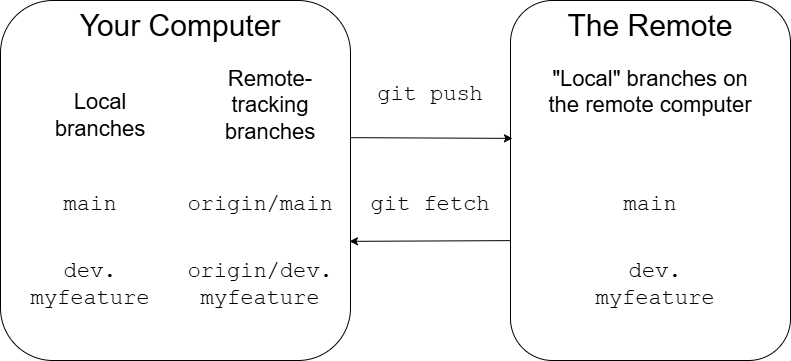
Before: assets/git-remote-vs-local.drawio.png, a diagram exported from draw.io (joanise/decks). Source tidied: cells renumbered, new cells last; positions are measured from the earlier drawing's top-left corner, leaving out a move shared by most shapes.
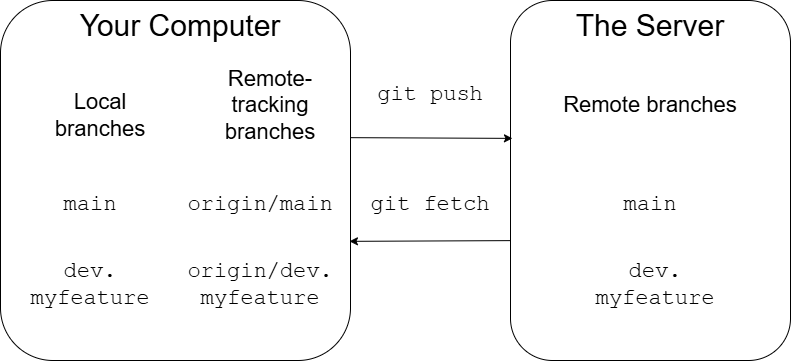
After the commit.

Diff of the diagram source:
```diff
@@ -11,13 +11,13 @@
     <mxCell id="4" value="&lt;span style=&quot;font-size: 30px;&quot;&gt;Your Computer&lt;/span&gt;" style="text;html=1;align=center;verticalAlign=middle;whiteSpace=wrap;rounded=0;" parent="1" vertex="1">
       <mxGeometry x="60" y="10" width="240" height="30" as="geometry" />
     </mxCell>
-    <mxCell id="5" value="&lt;span style=&quot;font-size: 30px;&quot;&gt;The Remote&lt;/span&gt;" style="text;html=1;align=center;verticalAlign=middle;whiteSpace=wrap;rounded=0;" parent="1" vertex="1">
+    <mxCell id="5" value="&lt;span style=&quot;font-size: 30px;&quot;&gt;The Server&lt;/span&gt;" style="text;html=1;align=center;verticalAlign=middle;whiteSpace=wrap;rounded=0;" parent="1" vertex="1">
       <mxGeometry x="530" y="10" width="240" height="30" as="geometry" />
     </mxCell>
     <mxCell id="6" value="&lt;font style=&quot;font-size: 22px;&quot;&gt;Remote-tracking branches&lt;/font&gt;" style="text;html=1;align=center;verticalAlign=middle;whiteSpace=wrap;rounded=0;" parent="1" vertex="1">
       <mxGeometry x="240" y="80" width="60" height="50" as="geometry" />
     </mxCell>
-    <mxCell id="7" value="&lt;font style=&quot;font-size: 22px;&quot;&gt;&quot;Local&quot; branches on the remote computer&lt;/font&gt;&lt;div&gt;&lt;font style=&quot;font-size: 22px;&quot;&gt;&lt;br&gt;&lt;/font&gt;&lt;/div&gt;" style="text;html=1;align=center;verticalAlign=middle;whiteSpace=wrap;rounded=0;" parent="1" vertex="1">
+    <mxCell id="7" value="&lt;font style=&quot;font-size: 22px;&quot;&gt;Remote branches&lt;/font&gt;" style="text;html=1;align=center;verticalAlign=middle;whiteSpace=wrap;rounded=0;" parent="1" vertex="1">
       <mxGeometry x="545" y="80" width="210" height="50" as="geometry" />
     </mxCell>
     <mxCell id="8" value="&lt;font face=&quot;Courier New&quot; style=&quot;font-size: 22px;&quot;&gt;main&lt;/font&gt;" style="text;html=1;align=center;verticalAlign=middle;whiteSpace=wrap;rounded=0;" parent="1" vertex="1">
```
